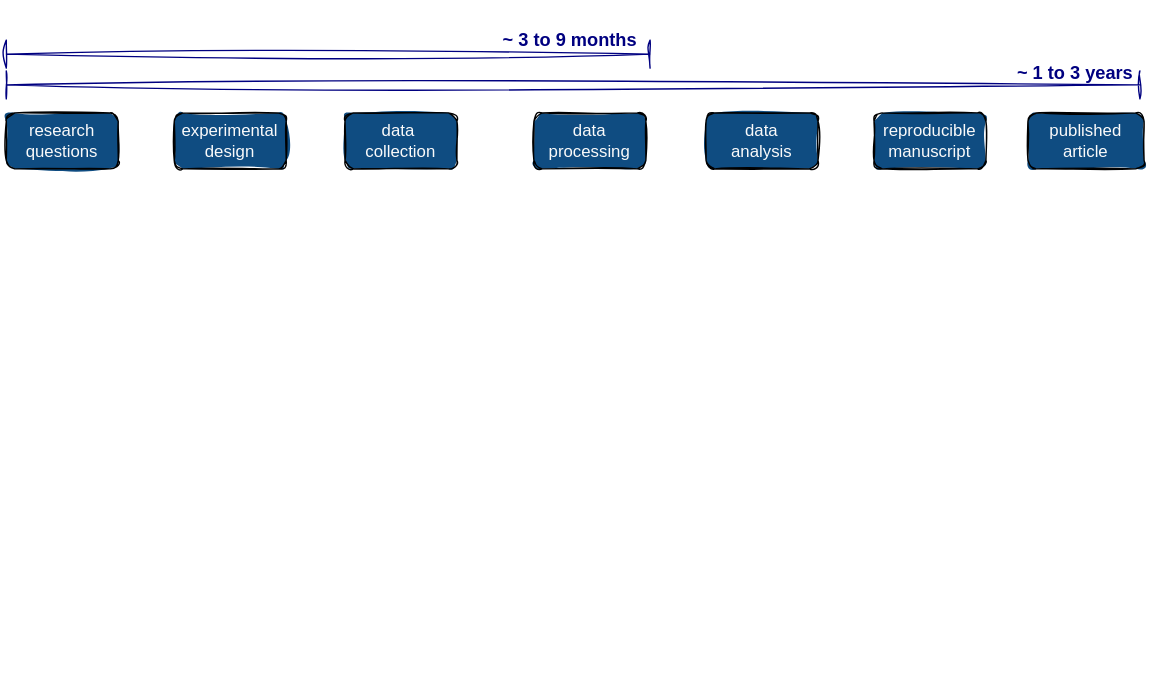
Above: slides/img/eth-kolloquium/ghe-rdm-workflow-02.drawio.svg in Global-Health-Engineering/website (draw.io), before the change. Source tidied: cells renumbered, new cells last; positions are measured from the earlier drawing's top-left corner, leaving out a move shared by most shapes. Its diagram source:
```xml
<mxGraphModel>
  <root>
    <mxCell id="0" />
    <mxCell id="1" value="Step 2 - Timeline" parent="0" />
    <mxCell id="2" style="shape=crossbar;whiteSpace=wrap;html=1;rounded=1;strokeColor=#000080;fontFamily=Helvetica;fontSize=11;fontColor=default;labelBackgroundColor=default;endArrow=classic;endSize=5;startSize=5;sketch=1;curveFitting=1;jiggle=2;" parent="1" vertex="1">
      <mxGeometry x="4" y="50" width="810" height="20" as="geometry" />
    </mxCell>
    <mxCell id="3" style="shape=crossbar;whiteSpace=wrap;html=1;rounded=1;strokeColor=#000080;fontFamily=Helvetica;fontSize=11;fontColor=default;labelBackgroundColor=default;endArrow=classic;endSize=5;startSize=5;sketch=1;curveFitting=1;jiggle=2;shadow=0;" parent="1" vertex="1">
      <mxGeometry x="4" y="28" width="460" height="20" as="geometry" />
    </mxCell>
    <mxCell id="4" value="~ 1 to 3 years" style="text;html=1;strokeColor=none;fillColor=none;align=center;verticalAlign=middle;whiteSpace=wrap;rounded=0;fontSize=13;fontFamily=Helvetica;fontColor=#000080;fontStyle=1;" parent="1" vertex="1">
      <mxGeometry x="719" y="36" width="98" height="30" as="geometry" />
    </mxCell>
    <mxCell id="5" value="~ 3 to 9 months" style="text;html=1;strokeColor=none;fillColor=none;align=center;verticalAlign=middle;whiteSpace=wrap;rounded=0;fontSize=13;fontFamily=Helvetica;fontColor=#000080;fontStyle=1;" parent="1" vertex="1">
      <mxGeometry x="347" y="13" width="120" height="30" as="geometry" />
    </mxCell>
    <mxCell id="6" value="Step 1 - Publication workflow" parent="0" />
    <mxCell id="7" style="rounded=0;whiteSpace=wrap;html=1;fillColor=none;strokeColor=#FFFFFF;" parent="6" vertex="1">
      <mxGeometry width="820" height="480" as="geometry" />
    </mxCell>
    <mxCell id="8" value="&lt;span&gt;&lt;span&gt;research questions&lt;/span&gt;&lt;/span&gt;" style="rounded=1;html=1;strokeWidth=1;fontSize=12;fontFamily=Helvetica;fillColor=#0F4C81;sketch=1;labelBackgroundColor=none;fontColor=#FAFAFA;strokeColor=default;fontStyle=0;fillStyle=solid;labelBorderColor=none;spacing=9;align=center;textShadow=0;whiteSpace=wrap;" parent="6" vertex="1">
      <mxGeometry x="4" y="80" width="80" height="40" as="geometry" />
    </mxCell>
    <mxCell id="9" value="&lt;div&gt;&lt;span&gt;&lt;span&gt;experimental&lt;/span&gt;&lt;/span&gt;&lt;/div&gt;&lt;div&gt;&lt;span&gt;&lt;span&gt;design&lt;br&gt;&lt;/span&gt;&lt;/span&gt;&lt;/div&gt;" style="rounded=1;html=1;strokeWidth=1;fontSize=12;fontFamily=Helvetica;fillColor=#0F4C81;sketch=1;labelBackgroundColor=none;fontColor=#FAFAFA;strokeColor=default;fontStyle=0;fillStyle=solid;labelBorderColor=none;spacing=9;align=center;textShadow=0;whiteSpace=wrap;" parent="6" vertex="1">
      <mxGeometry x="124" y="80" width="80" height="40" as="geometry" />
    </mxCell>
    <mxCell id="10" value="&lt;div&gt;&lt;span&gt;&lt;span&gt;data&lt;br&gt;&lt;/span&gt;&lt;/span&gt;&lt;/div&gt;&lt;div&gt;&lt;span&gt;&lt;span&gt;analysis&lt;/span&gt;&lt;/span&gt;&lt;/div&gt;" style="rounded=1;html=1;strokeWidth=1;fontSize=12;fontFamily=Helvetica;fillColor=#0F4C81;sketch=1;labelBackgroundColor=none;fontColor=#FAFAFA;strokeColor=default;fontStyle=0;fillStyle=solid;labelBorderColor=none;spacing=9;align=center;textShadow=0;whiteSpace=wrap;" parent="6" vertex="1">
      <mxGeometry x="504" y="80" width="80" height="40" as="geometry" />
    </mxCell>
    <mxCell id="11" value="&lt;div&gt;reproducible&lt;br&gt;&lt;/div&gt;&lt;div&gt;manuscript&lt;/div&gt;" style="rounded=1;html=1;strokeWidth=1;fontSize=12;fontFamily=Helvetica;fillColor=#0F4C81;sketch=1;labelBackgroundColor=none;fontColor=#FAFAFA;strokeColor=default;fontStyle=0;fillStyle=solid;labelBorderColor=none;spacing=9;align=center;textShadow=0;whiteSpace=wrap;" parent="6" vertex="1">
      <mxGeometry x="624" y="80" width="80" height="40" as="geometry" />
    </mxCell>
    <mxCell id="12" value="&lt;span&gt;&lt;span&gt;published&lt;/span&gt;&lt;/span&gt;&lt;br&gt;&lt;div&gt;&lt;span&gt;&lt;span&gt;article&lt;/span&gt;&lt;/span&gt;&lt;/div&gt;" style="rounded=1;html=1;strokeWidth=1;fontSize=12;fontFamily=Helvetica;fillColor=#0F4C81;sketch=1;labelBackgroundColor=none;fontColor=#FAFAFA;strokeColor=default;fontStyle=0;fillStyle=solid;labelBorderColor=none;spacing=9;align=center;textShadow=0;whiteSpace=wrap;" parent="6" vertex="1">
      <mxGeometry x="734" y="80" width="83" height="40" as="geometry" />
    </mxCell>
    <mxCell id="13" value="&lt;div&gt;&lt;span&gt;&lt;span&gt;data&amp;nbsp;&lt;/span&gt;&lt;/span&gt;&lt;/div&gt;&lt;div&gt;&lt;span&gt;&lt;span&gt;collection&lt;/span&gt;&lt;/span&gt;&lt;/div&gt;&lt;div&gt;&lt;span&gt;&lt;span&gt;&lt;/span&gt;&lt;/span&gt;&lt;/div&gt;" style="rounded=1;html=1;strokeWidth=1;fontSize=12;fontFamily=Helvetica;fillColor=#0F4C81;sketch=1;labelBackgroundColor=none;fontColor=#FAFAFA;strokeColor=default;fontStyle=0;fillStyle=solid;labelBorderColor=none;spacing=9;align=center;textShadow=0;whiteSpace=wrap;" parent="6" vertex="1">
      <mxGeometry x="246" y="80" width="80" height="40" as="geometry" />
    </mxCell>
    <mxCell id="14" value="&lt;div&gt;&lt;span&gt;&lt;span&gt;data&lt;/span&gt;&lt;/span&gt;&lt;/div&gt;&lt;div&gt;&lt;span&gt;&lt;span&gt;processing&lt;br&gt;&lt;/span&gt;&lt;/span&gt;&lt;/div&gt;" style="rounded=1;html=1;strokeWidth=1;fontSize=12;fontFamily=Helvetica;fillColor=#0F4C81;sketch=1;labelBackgroundColor=none;fontColor=#FAFAFA;strokeColor=default;fontStyle=0;fillStyle=solid;labelBorderColor=none;spacing=9;align=center;textShadow=0;whiteSpace=wrap;" parent="6" vertex="1">
      <mxGeometry x="381" y="80" width="80" height="40" as="geometry" />
    </mxCell>
  </root>
</mxGraphModel>
```
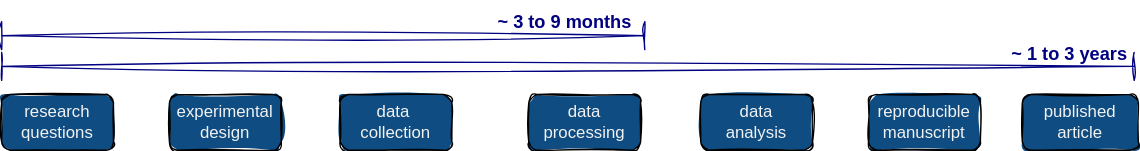
After the change.

Diff of the diagram source:
```diff
@@ -15,28 +15,25 @@
       <mxGeometry x="347" y="13" width="120" height="30" as="geometry" />
     </mxCell>
     <mxCell id="6" value="Step 1 - Publication workflow" parent="0" />
-    <mxCell id="7" style="rounded=0;whiteSpace=wrap;html=1;fillColor=none;strokeColor=#FFFFFF;" parent="6" vertex="1">
-      <mxGeometry width="820" height="480" as="geometry" />
-    </mxCell>
-    <mxCell id="8" value="&lt;span&gt;&lt;span&gt;research questions&lt;/span&gt;&lt;/span&gt;" style="rounded=1;html=1;strokeWidth=1;fontSize=12;fontFamily=Helvetica;fillColor=#0F4C81;sketch=1;labelBackgroundColor=none;fontColor=#FAFAFA;strokeColor=default;fontStyle=0;fillStyle=solid;labelBorderColor=none;spacing=9;align=center;textShadow=0;whiteSpace=wrap;" parent="6" vertex="1">
+    <mxCell id="8" value="&lt;span&gt;&lt;span&gt;research questions&lt;/span&gt;&lt;/span&gt;" style="rounded=1;whiteSpace=wrap;html=1;strokeWidth=1;fontSize=12;fontFamily=Helvetica;fillColor=#0F4C81;sketch=1;labelBackgroundColor=none;fontColor=#F2F2F2;strokeColor=default;fontStyle=0;fillStyle=solid;" parent="6" vertex="1">
       <mxGeometry x="4" y="80" width="80" height="40" as="geometry" />
     </mxCell>
-    <mxCell id="9" value="&lt;div&gt;&lt;span&gt;&lt;span&gt;experimental&lt;/span&gt;&lt;/span&gt;&lt;/div&gt;&lt;div&gt;&lt;span&gt;&lt;span&gt;design&lt;br&gt;&lt;/span&gt;&lt;/span&gt;&lt;/div&gt;" style="rounded=1;html=1;strokeWidth=1;fontSize=12;fontFamily=Helvetica;fillColor=#0F4C81;sketch=1;labelBackgroundColor=none;fontColor=#FAFAFA;strokeColor=default;fontStyle=0;fillStyle=solid;labelBorderColor=none;spacing=9;align=center;textShadow=0;whiteSpace=wrap;" parent="6" vertex="1">
+    <mxCell id="9" value="&lt;div&gt;&lt;span&gt;&lt;span&gt;experimental&lt;/span&gt;&lt;/span&gt;&lt;/div&gt;&lt;div&gt;&lt;span&gt;&lt;span&gt;design&lt;br&gt;&lt;/span&gt;&lt;/span&gt;&lt;/div&gt;" style="rounded=1;whiteSpace=wrap;html=1;strokeWidth=1;fontSize=12;fontFamily=Helvetica;fillColor=#0F4C81;sketch=1;labelBackgroundColor=none;fontColor=#F2F2F2;strokeColor=default;fontStyle=0;fillStyle=solid;" parent="6" vertex="1">
       <mxGeometry x="124" y="80" width="80" height="40" as="geometry" />
     </mxCell>
-    <mxCell id="10" value="&lt;div&gt;&lt;span&gt;&lt;span&gt;data&lt;br&gt;&lt;/span&gt;&lt;/span&gt;&lt;/div&gt;&lt;div&gt;&lt;span&gt;&lt;span&gt;analysis&lt;/span&gt;&lt;/span&gt;&lt;/div&gt;" style="rounded=1;html=1;strokeWidth=1;fontSize=12;fontFamily=Helvetica;fillColor=#0F4C81;sketch=1;labelBackgroundColor=none;fontColor=#FAFAFA;strokeColor=default;fontStyle=0;fillStyle=solid;labelBorderColor=none;spacing=9;align=center;textShadow=0;whiteSpace=wrap;" parent="6" vertex="1">
+    <mxCell id="10" value="&lt;div&gt;&lt;span&gt;&lt;span&gt;data&lt;br&gt;&lt;/span&gt;&lt;/span&gt;&lt;/div&gt;&lt;div&gt;&lt;span&gt;&lt;span&gt;analysis&lt;/span&gt;&lt;/span&gt;&lt;/div&gt;" style="rounded=1;whiteSpace=wrap;html=1;strokeWidth=1;fontSize=12;fontFamily=Helvetica;fillColor=#0F4C81;sketch=1;labelBackgroundColor=none;fontColor=#F2F2F2;strokeColor=default;fontStyle=0;fillStyle=solid;" parent="6" vertex="1">
       <mxGeometry x="504" y="80" width="80" height="40" as="geometry" />
     </mxCell>
-    <mxCell id="11" value="&lt;div&gt;reproducible&lt;br&gt;&lt;/div&gt;&lt;div&gt;manuscript&lt;/div&gt;" style="rounded=1;html=1;strokeWidth=1;fontSize=12;fontFamily=Helvetica;fillColor=#0F4C81;sketch=1;labelBackgroundColor=none;fontColor=#FAFAFA;strokeColor=default;fontStyle=0;fillStyle=solid;labelBorderColor=none;spacing=9;align=center;textShadow=0;whiteSpace=wrap;" parent="6" vertex="1">
+    <mxCell id="11" value="&lt;div&gt;reproducible&lt;br&gt;&lt;/div&gt;&lt;div&gt;manuscript&lt;/div&gt;" style="rounded=1;whiteSpace=wrap;html=1;strokeWidth=1;fontSize=12;fontFamily=Helvetica;fillColor=#0F4C81;sketch=1;labelBackgroundColor=none;fontColor=#F2F2F2;strokeColor=default;fontStyle=0;fillStyle=solid;" parent="6" vertex="1">
       <mxGeometry x="624" y="80" width="80" height="40" as="geometry" />
     </mxCell>
-    <mxCell id="12" value="&lt;span&gt;&lt;span&gt;published&lt;/span&gt;&lt;/span&gt;&lt;br&gt;&lt;div&gt;&lt;span&gt;&lt;span&gt;article&lt;/span&gt;&lt;/span&gt;&lt;/div&gt;" style="rounded=1;html=1;strokeWidth=1;fontSize=12;fontFamily=Helvetica;fillColor=#0F4C81;sketch=1;labelBackgroundColor=none;fontColor=#FAFAFA;strokeColor=default;fontStyle=0;fillStyle=solid;labelBorderColor=none;spacing=9;align=center;textShadow=0;whiteSpace=wrap;" parent="6" vertex="1">
+    <mxCell id="12" value="&lt;span&gt;&lt;span&gt;published&lt;/span&gt;&lt;/span&gt;&lt;br&gt;&lt;div&gt;&lt;span&gt;&lt;span&gt;article&lt;/span&gt;&lt;/span&gt;&lt;/div&gt;" style="rounded=1;whiteSpace=wrap;html=1;strokeWidth=1;fontSize=12;fontFamily=Helvetica;fillColor=#0F4C81;sketch=1;labelBackgroundColor=none;fontColor=#F2F2F2;strokeColor=default;fontStyle=0;fillStyle=solid;" parent="6" vertex="1">
       <mxGeometry x="734" y="80" width="83" height="40" as="geometry" />
     </mxCell>
-    <mxCell id="13" value="&lt;div&gt;&lt;span&gt;&lt;span&gt;data&amp;nbsp;&lt;/span&gt;&lt;/span&gt;&lt;/div&gt;&lt;div&gt;&lt;span&gt;&lt;span&gt;collection&lt;/span&gt;&lt;/span&gt;&lt;/div&gt;&lt;div&gt;&lt;span&gt;&lt;span&gt;&lt;/span&gt;&lt;/span&gt;&lt;/div&gt;" style="rounded=1;html=1;strokeWidth=1;fontSize=12;fontFamily=Helvetica;fillColor=#0F4C81;sketch=1;labelBackgroundColor=none;fontColor=#FAFAFA;strokeColor=default;fontStyle=0;fillStyle=solid;labelBorderColor=none;spacing=9;align=center;textShadow=0;whiteSpace=wrap;" parent="6" vertex="1">
+    <mxCell id="13" value="&lt;div&gt;&lt;span&gt;&lt;span&gt;data&amp;nbsp;&lt;/span&gt;&lt;/span&gt;&lt;/div&gt;&lt;div&gt;&lt;span&gt;&lt;span&gt;collection&lt;/span&gt;&lt;/span&gt;&lt;/div&gt;&lt;div&gt;&lt;span&gt;&lt;span&gt;&lt;/span&gt;&lt;/span&gt;&lt;/div&gt;" style="rounded=1;whiteSpace=wrap;html=1;strokeWidth=1;fontSize=12;fontFamily=Helvetica;fillColor=#0F4C81;sketch=1;labelBackgroundColor=none;fontColor=#F2F2F2;strokeColor=default;fontStyle=0;fillStyle=solid;" parent="6" vertex="1">
       <mxGeometry x="246" y="80" width="80" height="40" as="geometry" />
     </mxCell>
-    <mxCell id="14" value="&lt;div&gt;&lt;span&gt;&lt;span&gt;data&lt;/span&gt;&lt;/span&gt;&lt;/div&gt;&lt;div&gt;&lt;span&gt;&lt;span&gt;processing&lt;br&gt;&lt;/span&gt;&lt;/span&gt;&lt;/div&gt;" style="rounded=1;html=1;strokeWidth=1;fontSize=12;fontFamily=Helvetica;fillColor=#0F4C81;sketch=1;labelBackgroundColor=none;fontColor=#FAFAFA;strokeColor=default;fontStyle=0;fillStyle=solid;labelBorderColor=none;spacing=9;align=center;textShadow=0;whiteSpace=wrap;" parent="6" vertex="1">
+    <mxCell id="14" value="&lt;div&gt;&lt;span&gt;&lt;span&gt;data&lt;/span&gt;&lt;/span&gt;&lt;/div&gt;&lt;div&gt;&lt;span&gt;&lt;span&gt;processing&lt;br&gt;&lt;/span&gt;&lt;/span&gt;&lt;/div&gt;" style="rounded=1;whiteSpace=wrap;html=1;strokeWidth=1;fontSize=12;fontFamily=Helvetica;fillColor=#0F4C81;sketch=1;labelBackgroundColor=none;fontColor=#F2F2F2;strokeColor=default;fontStyle=0;fillStyle=solid;" parent="6" vertex="1">
       <mxGeometry x="381" y="80" width="80" height="40" as="geometry" />
     </mxCell>
   </root>
```
